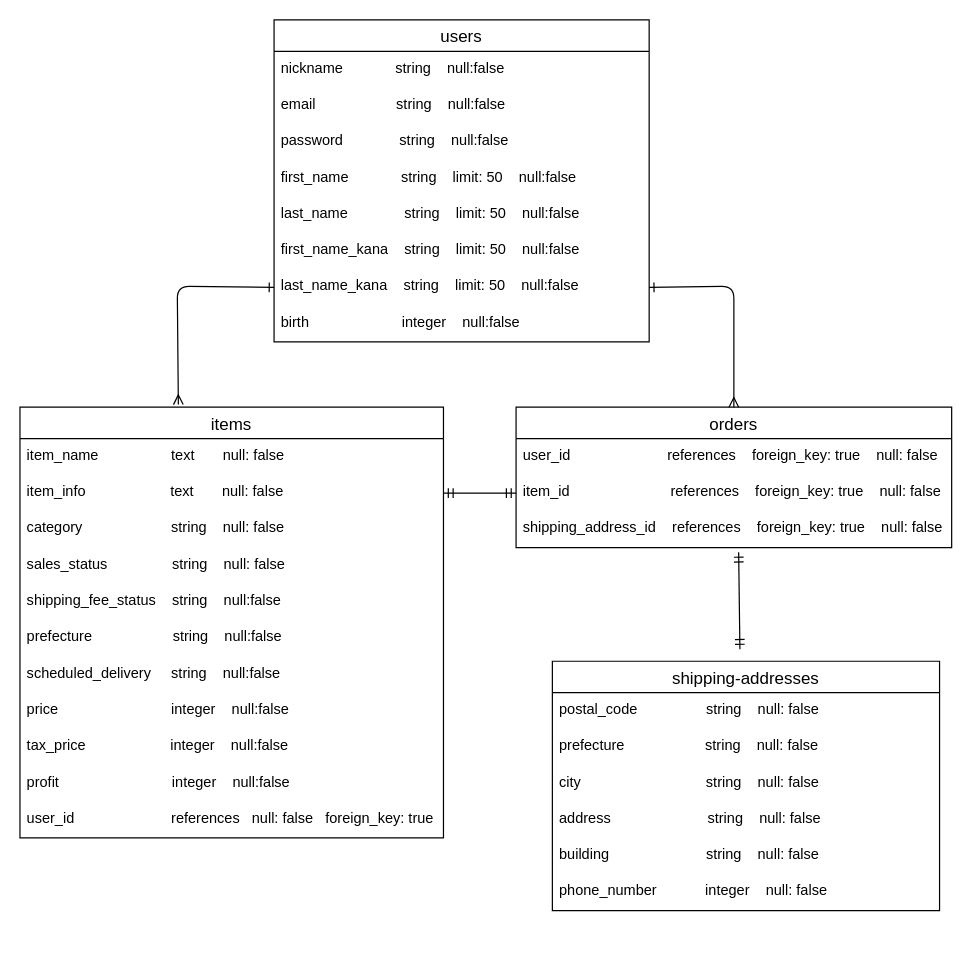
Before: furima.dio in miopanda/furima-39159, a draw.io diagram. Source tidied: cells renumbered, new cells numbered last; positions are measured from the earlier drawing's top-left corner, leaving out a move shared by most shapes. Both pictures are drawn from the tidied source at 121%, with x=0, y=0 at pixel (19, 19).
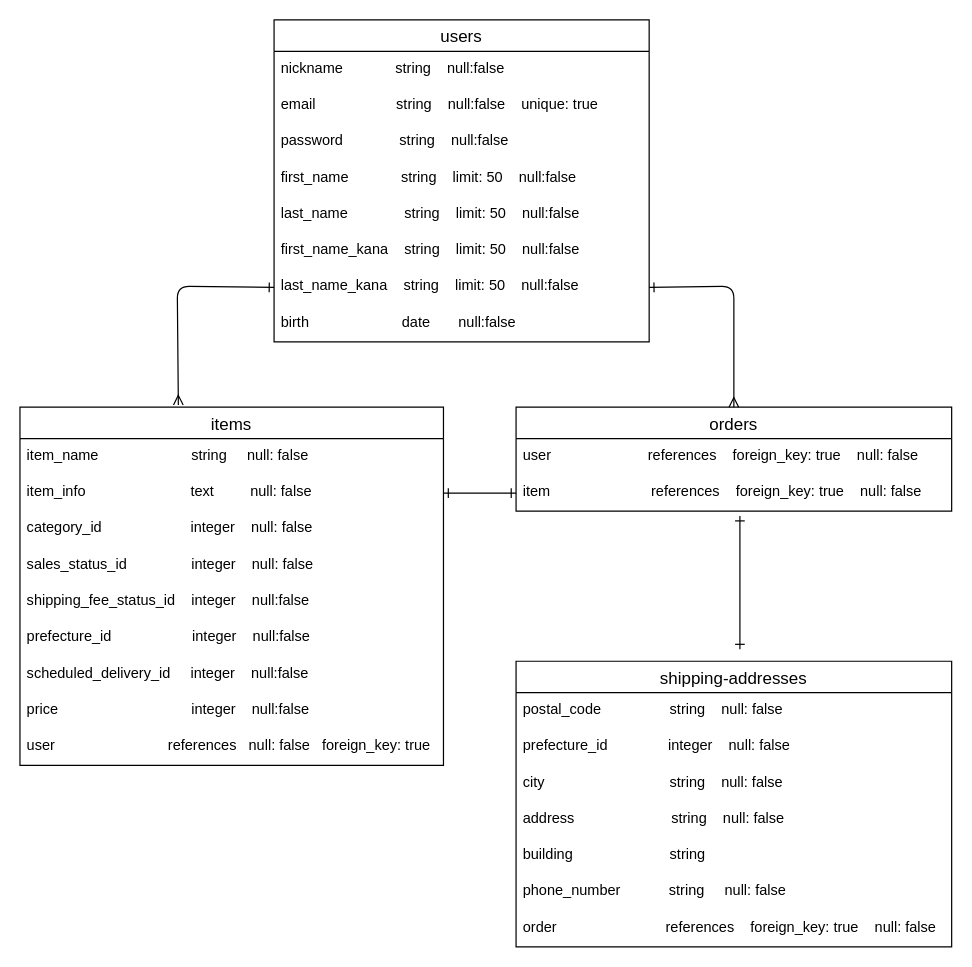
After the change.

Commit message (it also covers changes not shown here):
建物名カラムのオプション修正

The change refers to these unchanged cells:
```xml
<mxCell id="2" value="users" style="swimlane;fontStyle=0;horizontal=1;startSize=26;align=center;fontSize=14;" parent="1" vertex="1">
  <mxGeometry x="210" width="310" height="266" as="geometry" />
</mxCell>
```

The edit, as a diff of the source:
```diff
@@
-    <mxCell id="4" value="email                    string    null:false" style="text;strokeColor=none;fillColor=none;spacingLeft=4;spacingRight=4;overflow=hidden;fontSize=12;" parent="2" vertex="1">
+    <mxCell id="4" value="email                    string    null:false    unique: true" style="text;strokeColor=none;fillColor=none;spacingLeft=4;spacingRight=4;overflow=hidden;fontSize=12;" parent="2" vertex="1">
       <mxGeometry y="56" width="310" height="30" as="geometry" />
     </mxCell>
@@
-    <mxCell id="10" value="birth                       integer    null:false" style="text;strokeColor=none;fillColor=none;spacingLeft=4;spacingRight=4;overflow=hidden;fontSize=12;" parent="2" vertex="1">
+    <mxCell id="10" value="birth                       date       null:false" style="text;strokeColor=none;fillColor=none;spacingLeft=4;spacingRight=4;overflow=hidden;fontSize=12;" parent="2" vertex="1">
       <mxGeometry y="236" width="310" height="30" as="geometry" />
     </mxCell>
-    <mxCell id="11" value="shipping-addresses" style="swimlane;fontStyle=0;horizontal=1;startSize=26;align=center;fontSize=14;" parent="1" vertex="1">
-      <mxGeometry x="440" y="530" width="320" height="206" as="geometry" />
+    <mxCell id="11" value="shipping-addresses" style="swimlane;fontStyle=0;horizontal=1;startSize=26;align=center;fontSize=14;perimeterSpacing=0;" parent="1" vertex="1">
+      <mxGeometry x="410" y="530" width="360" height="236" as="geometry" />
     </mxCell>
     <mxCell id="12" value="postal_code                 string    null: false" style="text;strokeColor=none;fillColor=none;spacingLeft=4;spacingRight=4;overflow=hidden;fontSize=12;" parent="11" vertex="1">
-      <mxGeometry y="26" width="320" height="30" as="geometry" />
+      <mxGeometry y="26" width="360" height="30" as="geometry" />
     </mxCell>
-    <mxCell id="13" value="prefecture                    string    null: false" style="text;strokeColor=none;fillColor=none;spacingLeft=4;spacingRight=4;overflow=hidden;fontSize=12;" parent="11" vertex="1">
-      <mxGeometry y="56" width="320" height="30" as="geometry" />
+    <mxCell id="13" value="prefecture_id               integer    null: false" style="text;strokeColor=none;fillColor=none;spacingLeft=4;spacingRight=4;overflow=hidden;fontSize=12;" parent="11" vertex="1">
+      <mxGeometry y="56" width="360" height="30" as="geometry" />
     </mxCell>
     <mxCell id="14" value="city                               string    null: false" style="text;strokeColor=none;fillColor=none;spacingLeft=4;spacingRight=4;overflow=hidden;fontSize=12;" parent="11" vertex="1">
-      <mxGeometry y="86" width="320" height="30" as="geometry" />
+      <mxGeometry y="86" width="360" height="30" as="geometry" />
     </mxCell>
     <mxCell id="15" value="address                        string    null: false" style="text;strokeColor=none;fillColor=none;spacingLeft=4;spacingRight=4;overflow=hidden;fontSize=12;" parent="11" vertex="1">
-      <mxGeometry y="116" width="320" height="30" as="geometry" />
+      <mxGeometry y="116" width="360" height="30" as="geometry" />
     </mxCell>
-    <mxCell id="16" value="building                        string    null: false" style="text;strokeColor=none;fillColor=none;spacingLeft=4;spacingRight=4;overflow=hidden;fontSize=12;" parent="11" vertex="1">
-      <mxGeometry y="146" width="320" height="30" as="geometry" />
+    <mxCell id="16" value="building                        string    " style="text;strokeColor=none;fillColor=none;spacingLeft=4;spacingRight=4;overflow=hidden;fontSize=12;" parent="11" vertex="1">
+      <mxGeometry y="146" width="360" height="30" as="geometry" />
     </mxCell>
+    <mxCell id="38" value="phone_number            string     null: false" style="text;strokeColor=none;fillColor=none;spacingLeft=4;spacingRight=4;overflow=hidden;fontSize=12;" parent="11" vertex="1">
+      <mxGeometry y="176" width="360" height="30" as="geometry" />
+    </mxCell>
-    <mxCell id="17" value="phone_number            integer    null: false" style="text;strokeColor=none;fillColor=none;spacingLeft=4;spacingRight=4;overflow=hidden;fontSize=12;" parent="11" vertex="1">
-      <mxGeometry y="176" width="320" height="30" as="geometry" />
+    <mxCell id="17" value="order                           references    foreign_key: true    null: false" style="text;strokeColor=none;fillColor=none;spacingLeft=4;spacingRight=4;overflow=hidden;fontSize=12;" parent="11" vertex="1">
+      <mxGeometry y="206" width="360" height="30" as="geometry" />
     </mxCell>
     <mxCell id="18" value="items" style="swimlane;fontStyle=0;horizontal=1;startSize=26;align=center;fontSize=14;" parent="1" vertex="1">
-      <mxGeometry y="320" width="350" height="356" as="geometry" />
+      <mxGeometry y="320" width="350" height="296" as="geometry" />
     </mxCell>
-    <mxCell id="19" value="item_name                  text       null: false" style="text;strokeColor=none;fillColor=none;spacingLeft=4;spacingRight=4;overflow=hidden;fontSize=12;" parent="18" vertex="1">
+    <mxCell id="19" value="item_name                       string     null: false" style="text;strokeColor=none;fillColor=none;spacingLeft=4;spacingRight=4;overflow=hidden;fontSize=12;" parent="18" vertex="1">
       <mxGeometry y="26" width="350" height="30" as="geometry" />
     </mxCell>
-    <mxCell id="20" value="item_info                     text       null: false" style="text;strokeColor=none;fillColor=none;spacingLeft=4;spacingRight=4;overflow=hidden;points=[[0,0.5],[1,0.5]];portConstraint=eastwest;fontSize=12;" parent="18" vertex="1">
+    <mxCell id="20" value="item_info                          text         null: false" style="text;strokeColor=none;fillColor=none;spacingLeft=4;spacingRight=4;overflow=hidden;points=[[0,0.5],[1,0.5]];portConstraint=eastwest;fontSize=12;" parent="18" vertex="1">
       <mxGeometry y="56" width="350" height="30" as="geometry" />
     </mxCell>
-    <mxCell id="21" value="category                      string    null: false" style="text;strokeColor=none;fillColor=none;spacingLeft=4;spacingRight=4;overflow=hidden;fontSize=12;" parent="18" vertex="1">
+    <mxCell id="21" value="category_id                      integer    null: false" style="text;strokeColor=none;fillColor=none;spacingLeft=4;spacingRight=4;overflow=hidden;fontSize=12;" parent="18" vertex="1">
       <mxGeometry y="86" width="350" height="30" as="geometry" />
     </mxCell>
-    <mxCell id="22" value="sales_status                string    null: false" style="text;strokeColor=none;fillColor=none;spacingLeft=4;spacingRight=4;overflow=hidden;fontSize=12;" parent="18" vertex="1">
+    <mxCell id="22" value="sales_status_id                integer    null: false" style="text;strokeColor=none;fillColor=none;spacingLeft=4;spacingRight=4;overflow=hidden;fontSize=12;" parent="18" vertex="1">
       <mxGeometry y="116" width="350" height="30" as="geometry" />
     </mxCell>
-    <mxCell id="23" value="shipping_fee_status    string    null:false" style="text;strokeColor=none;fillColor=none;spacingLeft=4;spacingRight=4;overflow=hidden;fontSize=12;" parent="18" vertex="1">
+    <mxCell id="23" value="shipping_fee_status_id    integer    null:false" style="text;strokeColor=none;fillColor=none;spacingLeft=4;spacingRight=4;overflow=hidden;fontSize=12;" parent="18" vertex="1">
       <mxGeometry y="146" width="350" height="30" as="geometry" />
     </mxCell>
-    <mxCell id="24" value="prefecture                    string    null:false" style="text;strokeColor=none;fillColor=none;spacingLeft=4;spacingRight=4;overflow=hidden;fontSize=12;" parent="18" vertex="1">
+    <mxCell id="24" value="prefecture_id                    integer    null:false" style="text;strokeColor=none;fillColor=none;spacingLeft=4;spacingRight=4;overflow=hidden;fontSize=12;" parent="18" vertex="1">
       <mxGeometry y="176" width="350" height="30" as="geometry" />
     </mxCell>
-    <mxCell id="25" value="scheduled_delivery     string    null:false" style="text;strokeColor=none;fillColor=none;spacingLeft=4;spacingRight=4;overflow=hidden;fontSize=12;" parent="18" vertex="1">
+    <mxCell id="25" value="scheduled_delivery_id     integer    null:false" style="text;strokeColor=none;fillColor=none;spacingLeft=4;spacingRight=4;overflow=hidden;fontSize=12;" parent="18" vertex="1">
       <mxGeometry y="206" width="350" height="30" as="geometry" />
     </mxCell>
-    <mxCell id="26" value="price                            integer    null:false" style="text;strokeColor=none;fillColor=none;spacingLeft=4;spacingRight=4;overflow=hidden;fontSize=12;" parent="18" vertex="1">
+    <mxCell id="26" value="price                                 integer    null:false" style="text;strokeColor=none;fillColor=none;spacingLeft=4;spacingRight=4;overflow=hidden;fontSize=12;" parent="18" vertex="1">
       <mxGeometry y="236" width="350" height="30" as="geometry" />
     </mxCell>
-    <mxCell id="27" value="tax_price                     integer    null:false" style="text;strokeColor=none;fillColor=none;spacingLeft=4;spacingRight=4;overflow=hidden;fontSize=12;" parent="18" vertex="1">
-      <mxGeometry y="266" width="350" height="30" as="geometry" />
-    </mxCell>
-    <mxCell id="28" value="profit                            integer    null:false" style="text;strokeColor=none;fillColor=none;spacingLeft=4;spacingRight=4;overflow=hidden;fontSize=12;" parent="18" vertex="1">
-      <mxGeometry y="296" width="350" height="30" as="geometry" />
-    </mxCell>
-    <mxCell id="29" value="user_id                        references   null: false   foreign_key: true" style="text;strokeColor=none;fillColor=none;spacingLeft=4;spacingRight=4;overflow=hidden;fontSize=12;" parent="18" vertex="1">
-      <mxGeometry y="326" width="350" height="30" as="geometry" />
+    <mxCell id="29" value="user                            references   null: false   foreign_key: true" style="text;strokeColor=none;fillColor=none;spacingLeft=4;spacingRight=4;overflow=hidden;fontSize=12;" parent="18" vertex="1">
+      <mxGeometry y="266" width="350" height="30" as="geometry" />
     </mxCell>
     <mxCell id="30" value="orders" style="swimlane;fontStyle=0;horizontal=1;startSize=26;align=center;fontSize=14;" parent="1" vertex="1">
-      <mxGeometry x="410" y="320" width="360" height="116" as="geometry" />
+      <mxGeometry x="410" y="320" width="360" height="86" as="geometry" />
     </mxCell>
-    <mxCell id="31" value="user_id                        references    foreign_key: true    null: false" style="text;strokeColor=none;fillColor=none;spacingLeft=4;spacingRight=4;overflow=hidden;fontSize=12;" parent="30" vertex="1">
+    <mxCell id="31" value="user                        references    foreign_key: true    null: false" style="text;strokeColor=none;fillColor=none;spacingLeft=4;spacingRight=4;overflow=hidden;fontSize=12;" parent="30" vertex="1">
       <mxGeometry y="26" width="360" height="30" as="geometry" />
     </mxCell>
-    <mxCell id="32" value="item_id                         references    foreign_key: true    null: false" style="text;strokeColor=none;fillColor=none;spacingLeft=4;spacingRight=4;overflow=hidden;points=[[0,0.5],[1,0.5]];portConstraint=eastwest;fontSize=12;" parent="30" vertex="1">
+    <mxCell id="32" value="item                         references    foreign_key: true    null: false" style="text;strokeColor=none;fillColor=none;spacingLeft=4;spacingRight=4;overflow=hidden;points=[[0,0.5],[1,0.5]];portConstraint=eastwest;fontSize=12;" parent="30" vertex="1">
       <mxGeometry y="56" width="360" height="30" as="geometry" />
     </mxCell>
-    <mxCell id="33" value="shipping_address_id    references    foreign_key: true    null: false" style="text;strokeColor=none;fillColor=none;spacingLeft=4;spacingRight=4;overflow=hidden;points=[[0,0.5],[1,0.5]];portConstraint=eastwest;fontSize=12;" parent="30" vertex="1">
-      <mxGeometry y="86" width="360" height="30" as="geometry" />
-    </mxCell>
@@
-    <mxCell id="36" style="edgeStyle=none;html=1;exitX=1;exitY=0.5;exitDx=0;exitDy=0;entryX=0;entryY=0.5;entryDx=0;entryDy=0;startArrow=ERmandOne;startFill=0;endArrow=ERmandOne;endFill=0;" parent="1" edge="1" source="20" target="32">
+    <mxCell id="36" style="edgeStyle=none;html=1;exitX=1;exitY=0.5;exitDx=0;exitDy=0;entryX=0;entryY=0.5;entryDx=0;entryDy=0;startArrow=ERone;startFill=0;endArrow=ERone;endFill=0;" parent="1" edge="1" source="20" target="32">
       <mxGeometry relative="1" as="geometry" />
     </mxCell>
-    <mxCell id="37" style="edgeStyle=none;html=1;exitX=0.511;exitY=1.133;exitDx=0;exitDy=0;startArrow=ERmandOne;startFill=0;endArrow=ERmandOne;endFill=0;exitPerimeter=0;" parent="1" edge="1" source="33">
+    <mxCell id="37" style="edgeStyle=none;html=1;startArrow=ERone;startFill=0;endArrow=ERone;endFill=0;" parent="1" edge="1">
       <mxGeometry relative="1" as="geometry">
+        <mxPoint x="595" y="410" as="sourcePoint" />
         <mxPoint x="595" y="520" as="targetPoint" />
       </mxGeometry>
     </mxCell>
```
